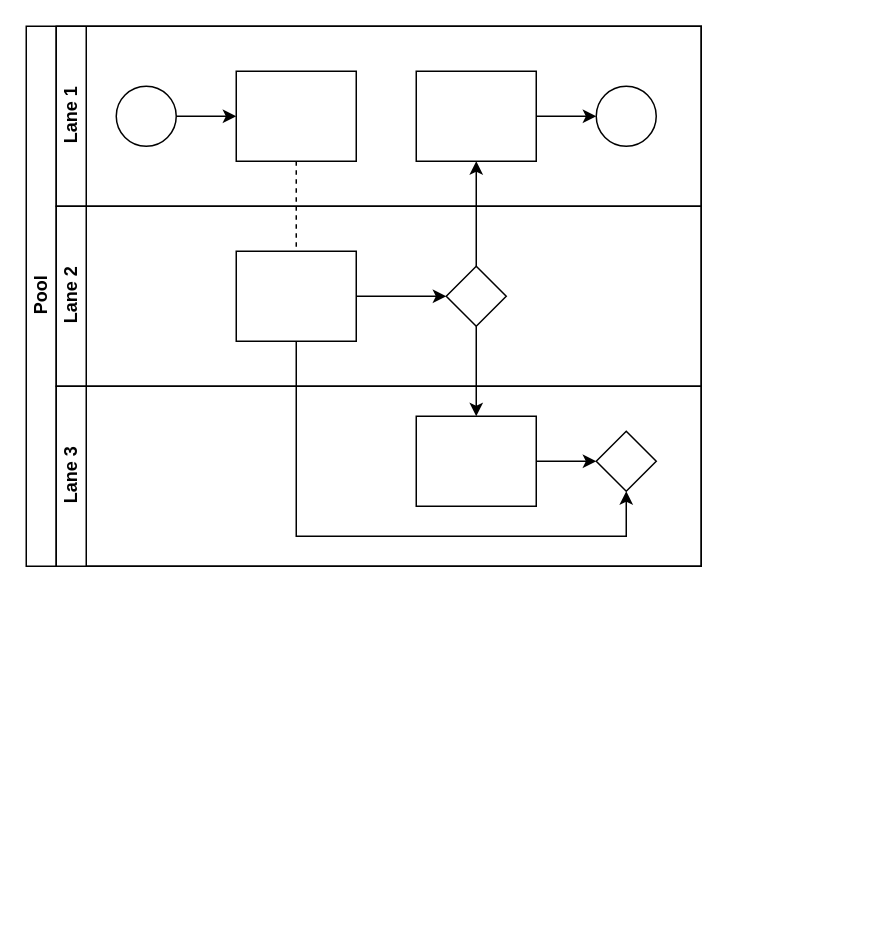
This is Swimlane.drawio from Luffybaga/draw, a draw.io file, before an edit. Source tidied: cells renumbered, new cells numbered last; positions are measured from the earlier drawing's top-left corner, leaving out a move shared by most shapes. Both pictures are drawn from the tidied source at 150%, with x=0, y=0 at pixel (26, 26).
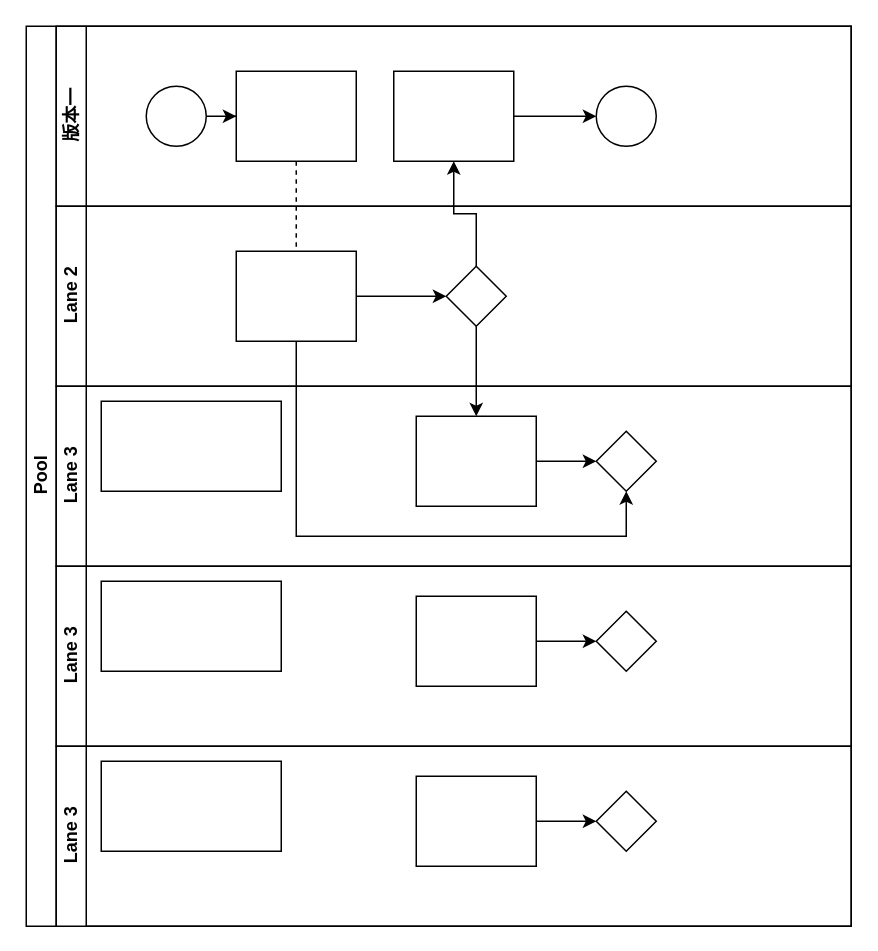
After the change.

Change to the diagram source:
```diff
@@
     <mxCell id="2" value="Pool" style="swimlane;html=1;horizontal=0;startSize=20;" parent="1" vertex="1">
-      <mxGeometry width="450" height="360" as="geometry" />
+      <mxGeometry width="550" height="600" as="geometry" />
     </mxCell>
@@
-    <mxCell id="7" value="Lane 1" style="swimlane;html=1;startSize=20;horizontal=0;" parent="2" vertex="1">
-      <mxGeometry x="20" width="430" height="120" as="geometry" />
+    <mxCell id="7" value="版本一" style="swimlane;html=1;startSize=20;horizontal=0;" parent="2" vertex="1">
+      <mxGeometry x="20" width="530" height="120" as="geometry" />
     </mxCell>
@@
     <mxCell id="9" style="ellipse;whiteSpace=wrap;html=1;" parent="7" vertex="1">
-      <mxGeometry x="40" y="40" width="40" height="40" as="geometry" />
+      <mxGeometry x="60" y="40" width="40" height="40" as="geometry" />
     </mxCell>
@@
     <mxCell id="12" style="rounded=0;whiteSpace=wrap;html=1;fontFamily=Helvetica;fontSize=12;fontColor=#000000;align=center;" parent="7" vertex="1">
-      <mxGeometry x="240" y="30" width="80" height="60" as="geometry" />
+      <mxGeometry x="225" y="30" width="80" height="60" as="geometry" />
     </mxCell>
@@
     <mxCell id="14" value="Lane 2" style="swimlane;html=1;startSize=20;horizontal=0;" parent="2" vertex="1">
-      <mxGeometry x="20" y="120" width="430" height="120" as="geometry" />
+      <mxGeometry x="20" y="120" width="530" height="120" as="geometry" />
     </mxCell>
@@
     <mxCell id="18" value="Lane 3" style="swimlane;html=1;startSize=20;horizontal=0;" parent="2" vertex="1">
-      <mxGeometry x="20" y="240" width="430" height="120" as="geometry" />
+      <mxGeometry x="20" y="240" width="530" height="120" as="geometry" />
     </mxCell>
@@
+    <mxCell id="22" style="whiteSpace=wrap;html=1;" parent="18" vertex="1">
+      <mxGeometry x="30" y="10" width="120" height="60" as="geometry" />
+    </mxCell>
+    <mxCell id="23" value="Lane 3" style="swimlane;html=1;startSize=20;horizontal=0;" parent="2" vertex="1">
+      <mxGeometry x="20" y="360" width="530" height="120" as="geometry" />
+    </mxCell>
+    <mxCell id="24" style="edgeStyle=orthogonalEdgeStyle;rounded=0;jettySize=auto;html=1;endArrow=classic;endFill=1;" parent="23" edge="1" source="25" target="26">
+      <mxGeometry relative="1" as="geometry" />
+    </mxCell>
+    <mxCell id="25" style="rounded=0;whiteSpace=wrap;html=1;fontFamily=Helvetica;fontSize=12;fontColor=#000000;align=center;" parent="23" vertex="1">
+      <mxGeometry x="240" y="20" width="80" height="60" as="geometry" />
+    </mxCell>
+    <mxCell id="26" style="rhombus;whiteSpace=wrap;html=1;fontFamily=Helvetica;fontSize=12;fontColor=#000000;align=center;" parent="23" vertex="1">
+      <mxGeometry x="360" y="30" width="40" height="40" as="geometry" />
+    </mxCell>
+    <mxCell id="27" style="whiteSpace=wrap;html=1;" parent="23" vertex="1">
+      <mxGeometry x="30" y="10" width="120" height="60" as="geometry" />
+    </mxCell>
+    <mxCell id="28" value="Lane 3" style="swimlane;html=1;startSize=20;horizontal=0;" parent="2" vertex="1">
+      <mxGeometry x="20" y="480" width="530" height="120" as="geometry" />
+    </mxCell>
+    <mxCell id="29" style="edgeStyle=orthogonalEdgeStyle;rounded=0;jettySize=auto;html=1;endArrow=classic;endFill=1;" parent="28" edge="1" source="30" target="31">
+      <mxGeometry relative="1" as="geometry" />
+    </mxCell>
+    <mxCell id="30" style="rounded=0;whiteSpace=wrap;html=1;fontFamily=Helvetica;fontSize=12;fontColor=#000000;align=center;" parent="28" vertex="1">
+      <mxGeometry x="240" y="20" width="80" height="60" as="geometry" />
+    </mxCell>
+    <mxCell id="31" style="rhombus;whiteSpace=wrap;html=1;fontFamily=Helvetica;fontSize=12;fontColor=#000000;align=center;" parent="28" vertex="1">
+      <mxGeometry x="360" y="30" width="40" height="40" as="geometry" />
+    </mxCell>
+    <mxCell id="32" style="whiteSpace=wrap;html=1;" parent="28" vertex="1">
+      <mxGeometry x="30" y="10" width="120" height="60" as="geometry" />
+    </mxCell>
```
